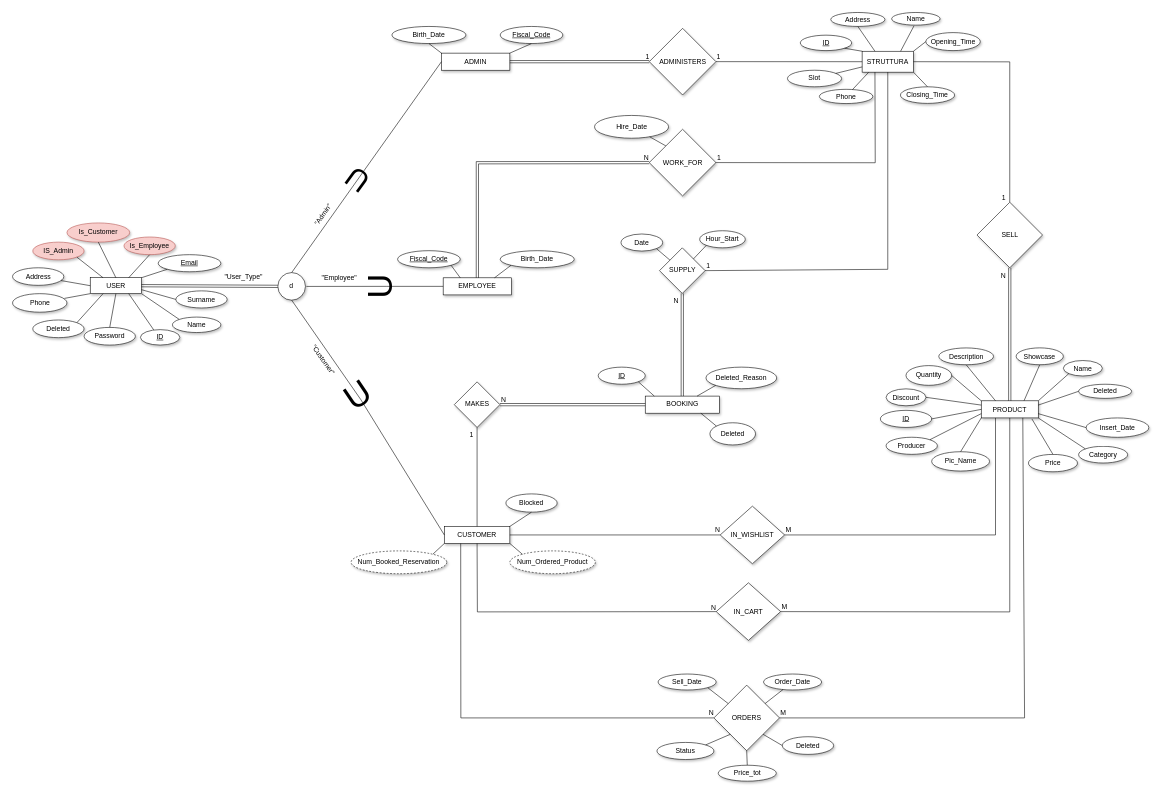
Before: db/NEW_EER.drawio in lilpilgit/Barber, a draw.io diagram. Source tidied: cells renumbered, new cells numbered last; positions are measured from the earlier drawing's top-left corner, leaving out a move shared by most shapes. Both pictures are drawn from the tidied source at 57%, with x=0, y=0 at pixel (12, 12).
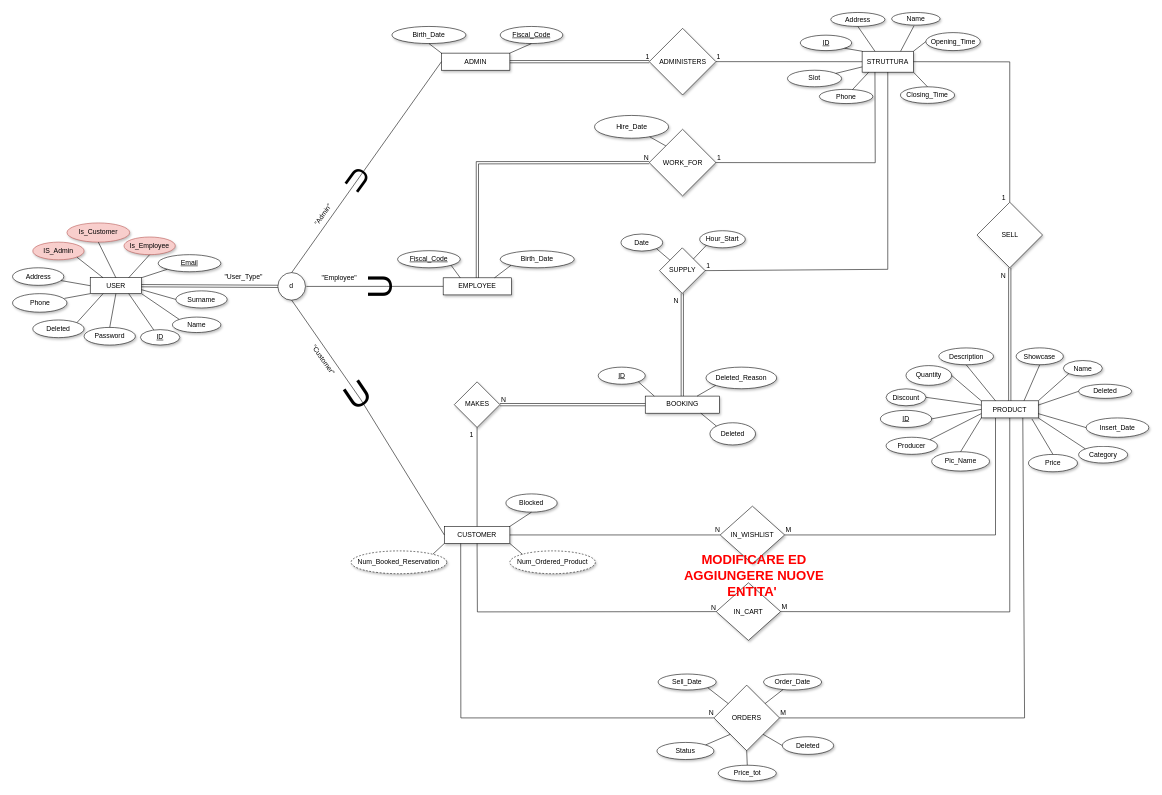
The same page after the edit.

The edit, as a diff of the source:
```diff
@@
+    <mxCell id="160" value="&lt;font color=&quot;#ff0000&quot; size=&quot;1&quot;&gt;&lt;b style=&quot;font-size: 23px&quot;&gt;MODIFICARE ED AGGIUNGERE NUOVE ENTITA'&amp;nbsp;&lt;/b&gt;&lt;/font&gt;" style="text;html=1;strokeColor=none;fillColor=none;align=center;verticalAlign=middle;whiteSpace=wrap;rounded=0;" parent="1" vertex="1">
+      <mxGeometry x="1160.5" y="951" width="280.5" height="76.1" as="geometry" />
+    </mxCell>
```
